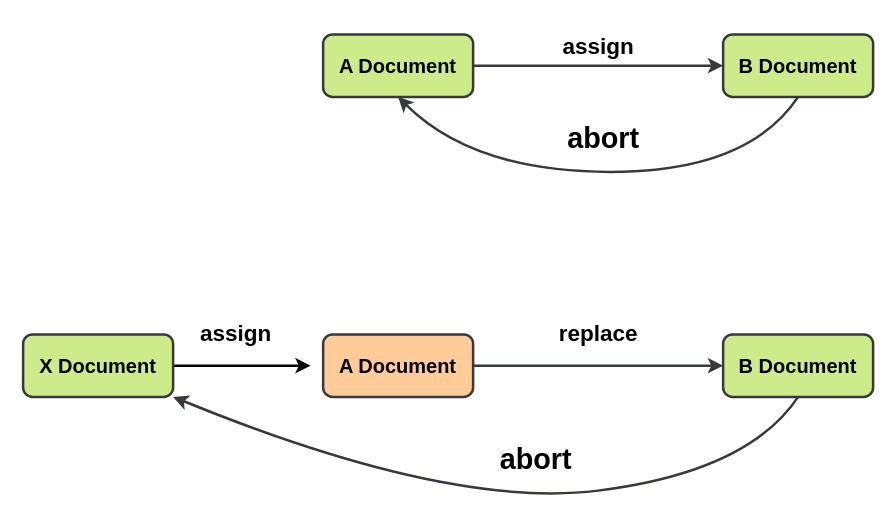
This is window.location.drawio from auula/draw.io, a draw.io file, before an edit. Source tidied: cells renumbered, new cells numbered last; positions are measured from the earlier drawing's top-left corner, leaving out a move shared by most shapes. Both pictures are drawn from the tidied source at 125%, with x=0, y=0 at pixel (22, 21).
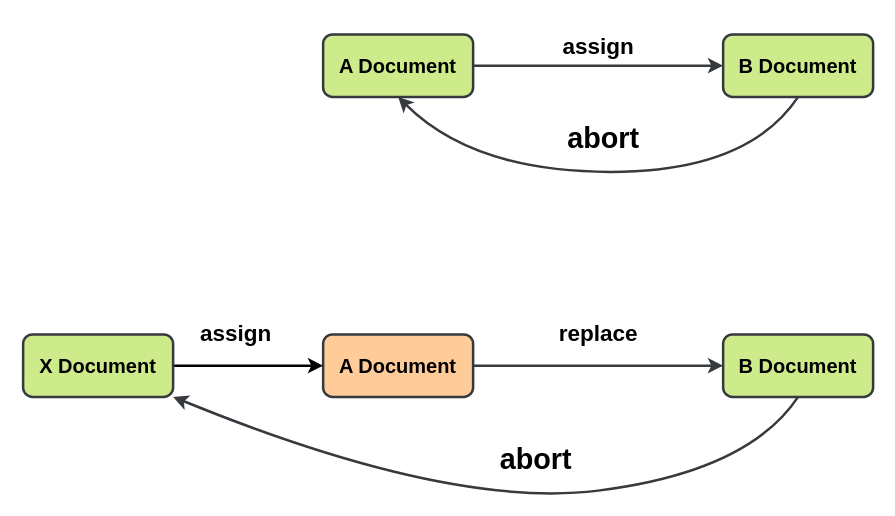
Above is the later version.

Unchanged cells that the change refers to:
```xml
<mxCell id="9" value="&lt;b&gt;&lt;font style=&quot;font-size: 16px;&quot;&gt;A Document&lt;/font&gt;&lt;/b&gt;" style="rounded=1;whiteSpace=wrap;html=1;strokeWidth=2;fillColor=#ffcc99;strokeColor=#36393d;shadow=0;" parent="1" vertex="1">
  <mxGeometry x="240" y="250" width="120" height="50" as="geometry" />
</mxCell>
<mxCell id="15" value="&lt;b&gt;&lt;font style=&quot;font-size: 16px;&quot;&gt;X Document&lt;/font&gt;&lt;/b&gt;" style="rounded=1;whiteSpace=wrap;html=1;strokeWidth=2;fillColor=#cdeb8b;strokeColor=#36393d;shadow=0;" parent="1" vertex="1">
  <mxGeometry y="250" width="120" height="50" as="geometry" />
</mxCell>
```

Diff of the diagram source:
```diff
@@
-    <mxCell id="14" style="edgeStyle=orthogonalEdgeStyle;rounded=0;jettySize=auto;html=1;strokeWidth=2;" parent="1" edge="1" source="15">
-      <mxGeometry relative="1" as="geometry">
-        <mxPoint x="230" y="275" as="targetPoint" />
-      </mxGeometry>
+    <mxCell id="14" style="edgeStyle=orthogonalEdgeStyle;rounded=0;jettySize=auto;html=1;strokeWidth=2;entryX=0;entryY=0.5;entryDx=0;entryDy=0;" parent="1" edge="1" source="15" target="9">
+      <mxGeometry relative="1" as="geometry" />
     </mxCell>
```
